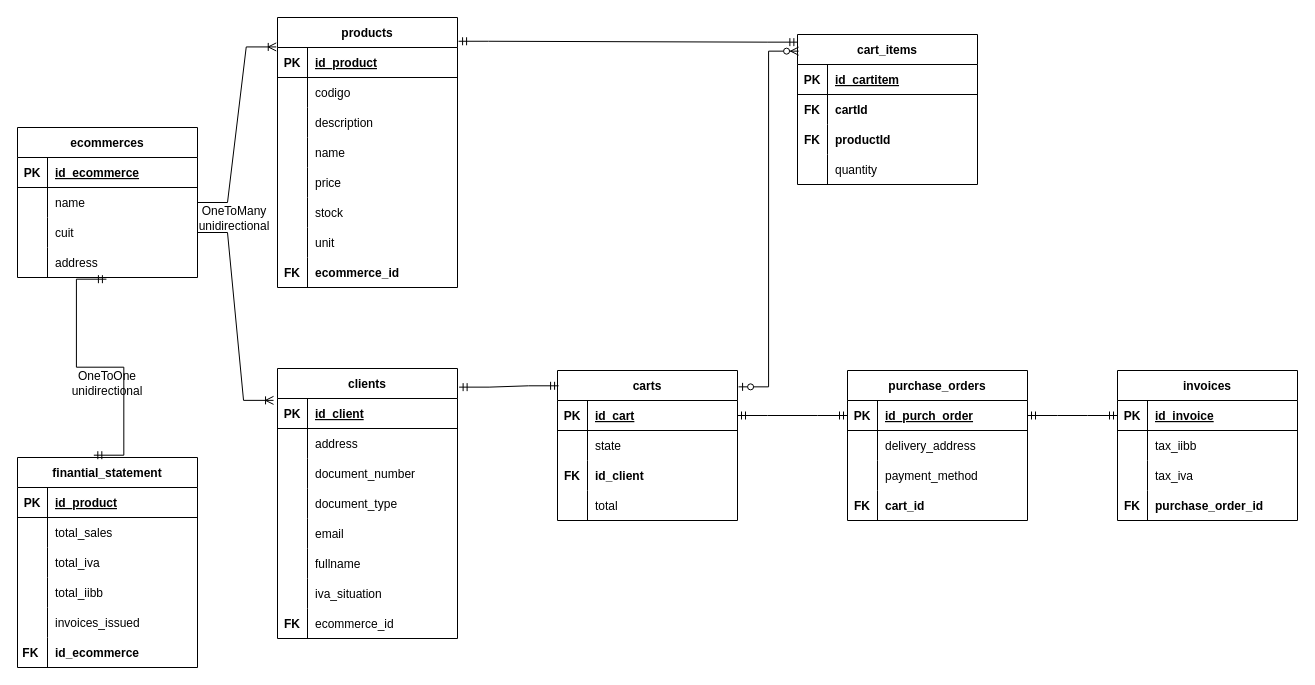
Before: schema.drawio in Iwinslow/springEcommerce, a draw.io diagram. Source tidied: cells renumbered, new cells numbered last; positions are measured from the earlier drawing's top-left corner, leaving out a move shared by most shapes. Both pictures are drawn from the tidied source at 100%, with x=0, y=0 at pixel (17, 17).
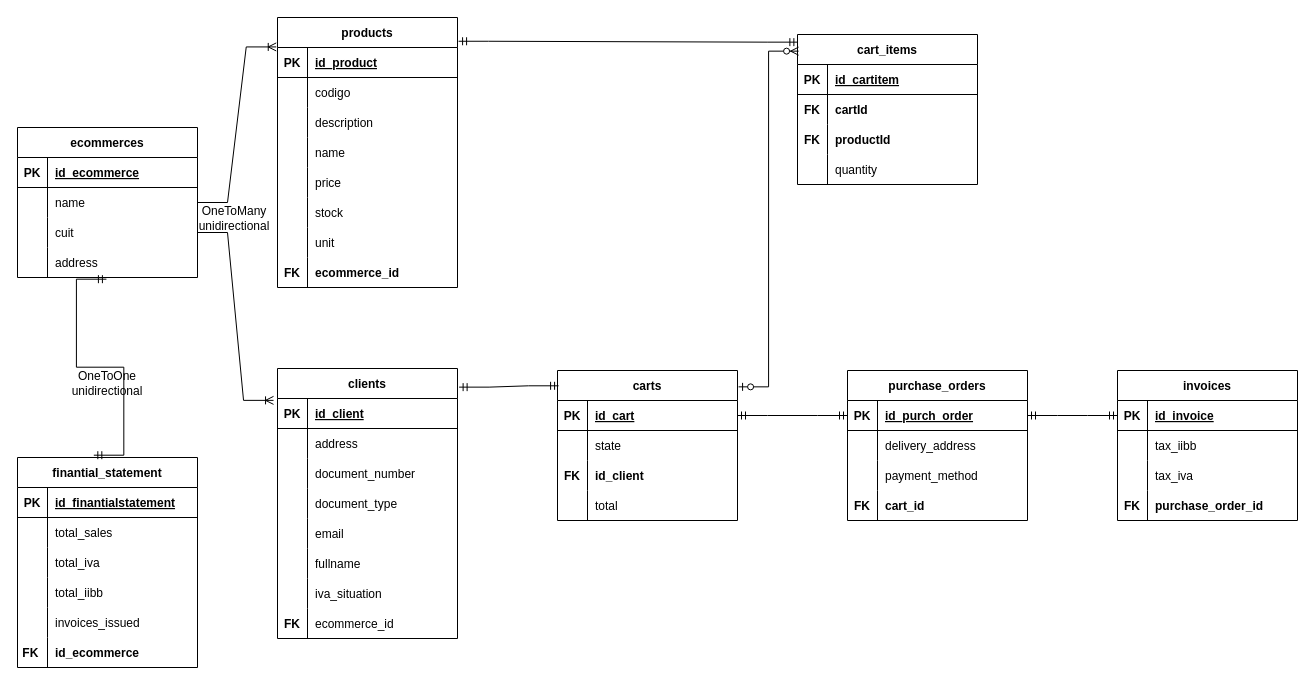
After the change.

The change refers to these unchanged cells:
```xml
<mxCell id="69" style="shape=tableRow;horizontal=0;startSize=0;swimlaneHead=0;swimlaneBody=0;fillColor=none;top=0;left=0;right=0;bottom=1;" parent="68" vertex="1">
  <mxGeometry y="30" width="180" height="30" as="geometry" />
</mxCell>
```

The edit, as a diff of the source:
```diff
@@
-    <mxCell id="71" value="id_product" style="shape=partialRectangle;fillColor=none;top=0;left=0;bottom=0;right=0;align=left;spacingLeft=6;fontStyle=5;overflow=hidden;" parent="69" vertex="1">
+    <mxCell id="71" value="id_finantialstatement" style="shape=partialRectangle;fillColor=none;top=0;left=0;bottom=0;right=0;align=left;spacingLeft=6;fontStyle=5;overflow=hidden;" parent="69" vertex="1">
       <mxGeometry x="30" width="150" height="30" as="geometry" />
     </mxCell>
```
